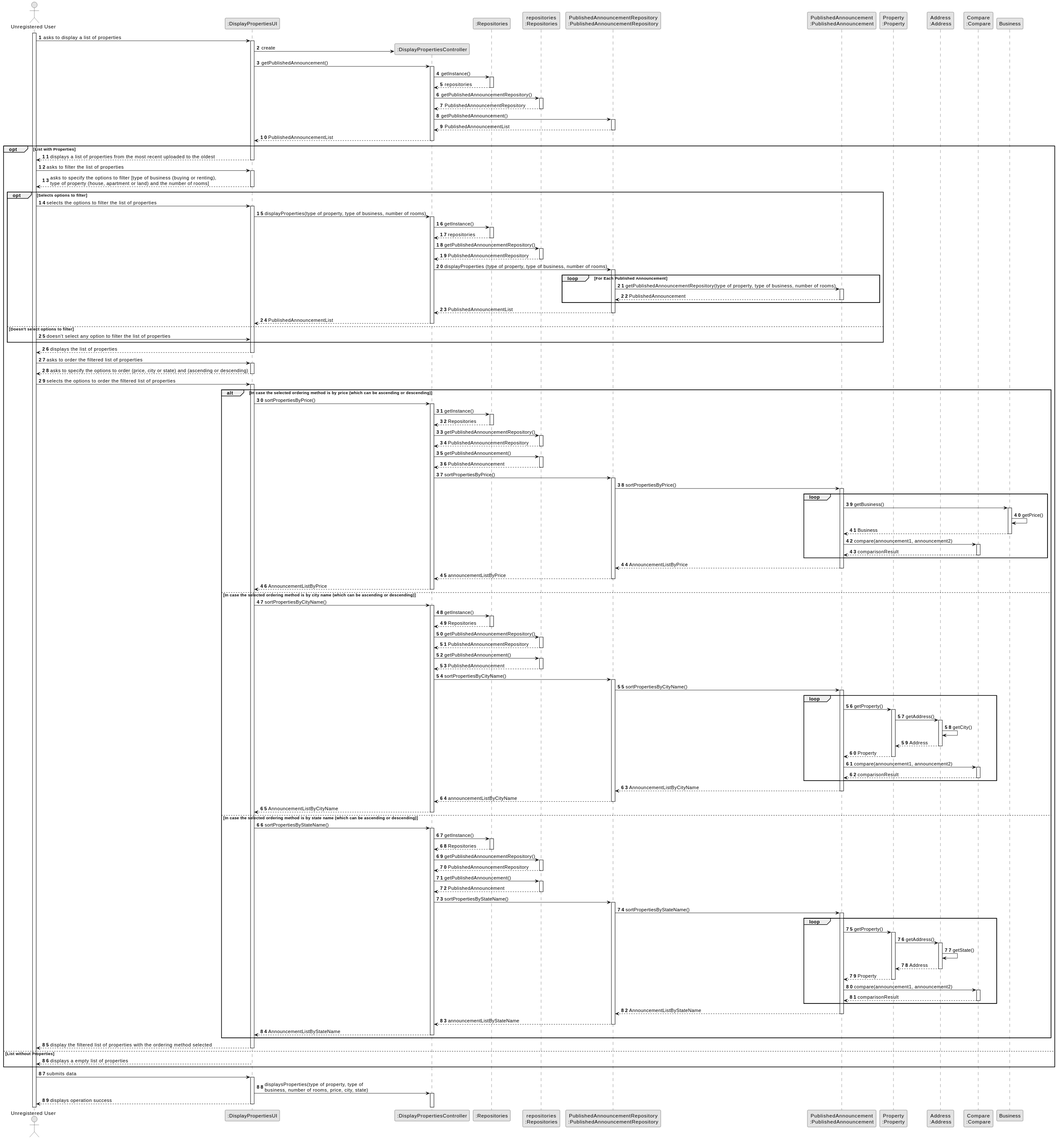
Above: docs/sprintB/US01/03.design/svg/us01-sequence-diagram-full.svg in PureNimble/ISEP-LAPR2 (PlantUML), before the change.
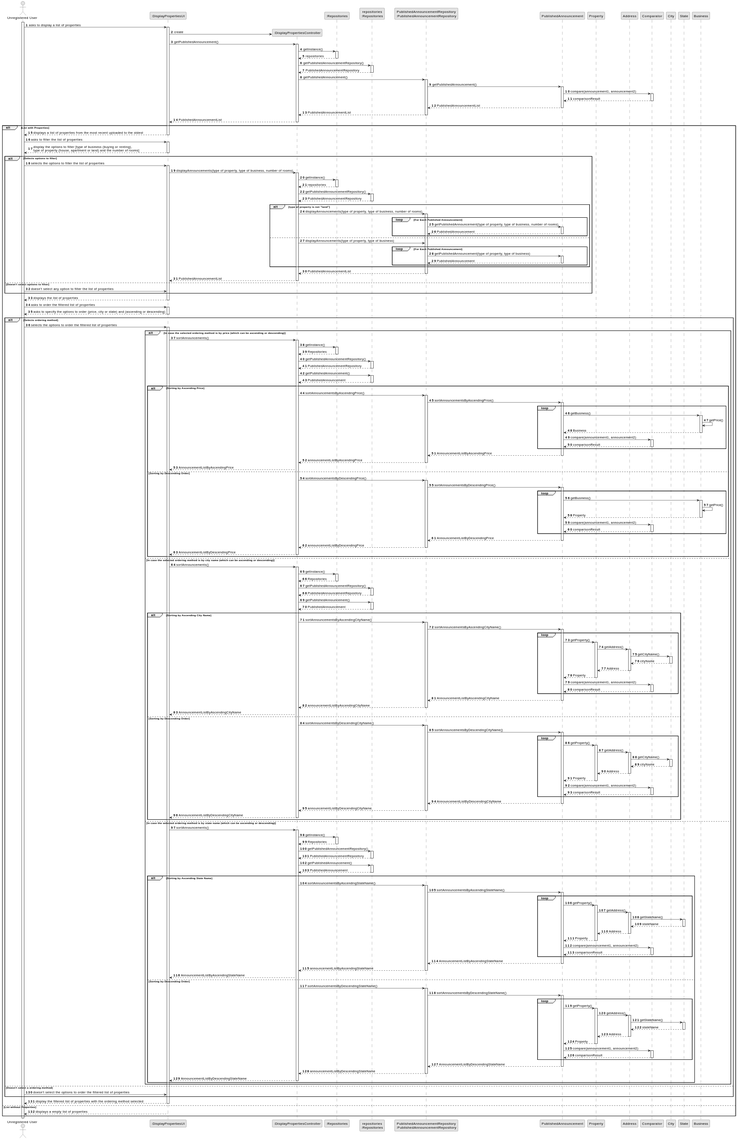
After the change.

Commit message:
Added US01 03.design Readme.md. Added SVG Preview of US01 Class Diagram. Changes to US01 Sequence Diagram Full.

Diff of the diagram source:
```diff
@@ -11,10 +11,13 @@
 participant ":Repositories" as RepositorySingleton
 participant "repositories\n:Repositories" as Repositories
 participant "PublishedAnnouncementRepository\n:PublishedAnnouncementRepository" as PublishedAnnouncementRepository
-participant "PublishedAnnouncement\n:PublishedAnnouncement" as PublishedAnnouncement
-participant "Property\n:Property" as Property
-participant "Address\n:Address" as Address
-participant "Compare\n:Compare" as Compare
+participant "PublishedAnnouncement" as PublishedAnnouncement
+participant "Property" as Property
+participant "Address" as Address
+participant "Comparator" as Comparator
+participant "City" as City
+participant "State" as State
+participant "Business" as Business
 
 activate User
 
@@ -41,13 +44,25 @@
 Controller -> PublishedAnnouncementRepository : getPublishedAnnouncement()
 activate PublishedAnnouncementRepository
 
+PublishedAnnouncementRepository -> PublishedAnnouncement : getPublishedAnnouncement()
+activate PublishedAnnouncement
+
+PublishedAnnouncement -> Comparator : compare(announcement1, announcement2)
+activate Comparator
+
+Comparator --> PublishedAnnouncement : comparisonResult
+deactivate Comparator
+
+PublishedAnnouncement --> PublishedAnnouncementRepository : PublishedAnnouncementList
+deactivate PublishedAnnouncement
+
 PublishedAnnouncementRepository --> Controller : PublishedAnnouncementList
 deactivate PublishedAnnouncementRepository
 
 Controller --> System : PublishedAnnouncementList
 deactivate Controller
 
-opt List with Properties
+alt List with Properties
 
     System --> User : displays a list of properties from the most recent uploaded to the oldest
     deactivate System
@@ -55,49 +70,67 @@
     User -> System : asks to filter the list of properties
     activate System
 
-    System --> User : asks to specify the options to filter [type of business (buying or renting), \ntype of property (house, apartment or land) and the number of rooms]
+    System --> User : display the options to filter [type of business (buying or renting), \ntype of property (house, apartment or land) and the number of rooms]
     deactivate System
 
-        opt Selects options to filter
+        alt Selects options to filter
 
             User -> System : selects the options to filter the list of properties
             activate System
 
-            System -> Controller : displayProperties(type of property, type of business, number of rooms)
-            activate Controller
 
-            Controller -> RepositorySingleton : getInstance()
-            activate RepositorySingleton
+System -> Controller : displayAnnouncements(type of property, type of business, number of rooms)
+activate Controller
 
-            RepositorySingleton --> Controller : repositories
-            deactivate RepositorySingleton
+Controller -> RepositorySingleton : getInstance()
+activate RepositorySingleton
 
-            Controller -> Repositories : getPublishedAnnouncementRepository()
-            activate Repositories
+RepositorySingleton --> Controller : repositories
+deactivate RepositorySingleton
 
-            Repositories --> Controller : PublishedAnnouncementRepository
-            deactivate Repositories
+Controller -> Repositories : getPublishedAnnouncementRepository()
+activate Repositories
 
-            Controller -> PublishedAnnouncementRepository : displayProperties (type of property, type of business, number of rooms)
-            activate PublishedAnnouncementRepository
+Repositories --> Controller : PublishedAnnouncementRepository
+deactivate Repositories
 
-                loop For Each Published Announcement
+alt type of property is not "land"
 
-                PublishedAnnouncementRepository -> PublishedAnnouncement : getPublishedAnnouncementRepository(type of property, type of business, number of rooms)
-                activate PublishedAnnouncement
+    Controller -> PublishedAnnouncementRepository : displayAnnouncements(type of property, type of business, number of rooms)
+    activate PublishedAnnouncementRepository
 
 
+    loop For Each Published Announcement
 
-                PublishedAnnouncement --> PublishedAnnouncementRepository : PublishedAnnouncement
-                deactivate PublishedAnnouncement
+        PublishedAnnouncementRepository -> PublishedAnnouncement : getPublishedAnnouncement(type of property, type of business, number of rooms)
+        activate PublishedAnnouncement
 
-                end
+        PublishedAnnouncement --> PublishedAnnouncementRepository : PublishedAnnouncement
+        deactivate PublishedAnnouncement
 
-            PublishedAnnouncementRepository --> Controller : PublishedAnnouncementList
-            deactivate PublishedAnnouncementRepository
+    end
 
-            Controller --> System : PublishedAnnouncementList
-            deactivate Controller
+else
+
+    Controller -> PublishedAnnouncementRepository : displayAnnouncements(type of property, type of business)
+
+   loop For Each Published Announcement
+
+           PublishedAnnouncementRepository -> PublishedAnnouncement : getPublishedAnnouncement(type of property, type of business)
+           activate PublishedAnnouncement
+
+           PublishedAnnouncement --> PublishedAnnouncementRepository : PublishedAnnouncement
+           deactivate PublishedAnnouncement
+
+       end
+
+end
+
+PublishedAnnouncementRepository --> Controller : PublishedAnnouncementList
+deactivate PublishedAnnouncementRepository
+
+Controller --> System : PublishedAnnouncementList
+deactivate Controller
 
         else Doesn't select options to filter
 
@@ -114,12 +147,14 @@
     System --> User : asks to specify the options to order (price, city or state) and (ascending or descending)
     deactivate System
 
+    alt Selects ordering method
+
     User -> System : selects the options to order the filtered list of properties
     activate System
 
     alt In case the selected ordering method is by price (which can be ascending or descending)
 
-        System -> Controller : sortPropertiesByPrice()
+        System -> Controller : sortAnnouncements()
         activate Controller
 
         Controller -> RepositorySingleton : getInstance()
@@ -140,19 +175,15 @@
         Repositories --> Controller : PublishedAnnouncement
         deactivate Repositories
 
+            alt Sorting by Ascending Price
 
-                Controller -> PublishedAnnouncementRepository : sortPropertiesByPrice()
+                Controller -> PublishedAnnouncementRepository : sortAnnouncementsByAscendingPrice()
                 activate PublishedAnnouncementRepository
 
-                PublishedAnnouncementRepository -> PublishedAnnouncement : sortPropertiesByPrice()
+                PublishedAnnouncementRepository -> PublishedAnnouncement : sortAnnouncementsByAscendingPrice()
                 activate PublishedAnnouncement
 
                     loop
-
-
-
-
-
 
                     PublishedAnnouncement -> Business : getBusiness()
                     activate Business
@@ -162,29 +193,63 @@
                     Business --> PublishedAnnouncement : Business
                     deactivate Business
 
-                    PublishedAnnouncement -> Compare : compare(announcement1, announcement2)
-                    activate Compare
+                    PublishedAnnouncement -> Comparator : compare(announcement1, announcement2)
+                    activate Comparator
 
-                    Compare --> PublishedAnnouncement : comparisonResult
-                    deactivate Compare
+                    Comparator --> PublishedAnnouncement : comparisonResult
+                    deactivate Comparator
 
                     end
 
-                PublishedAnnouncement --> PublishedAnnouncementRepository : AnnouncementListByPrice
+                PublishedAnnouncement --> PublishedAnnouncementRepository : AnnouncementListByAscendingPrice
                 deactivate PublishedAnnouncement
 
-                PublishedAnnouncementRepository --> Controller : announcementListByPrice
+                PublishedAnnouncementRepository --> Controller : announcementListByAscendingPrice
                 deactivate PublishedAnnouncementRepository
 
+                Controller --> System : AnnouncementListByAscendingPrice
 
 
+            else Sorting by Descending Order
 
-        Controller --> System : AnnouncementListByPrice
-        deactivate Controller
+                Controller -> PublishedAnnouncementRepository : sortAnnouncementsByDescendingPrice()
+                activate PublishedAnnouncementRepository
+
+                PublishedAnnouncementRepository -> PublishedAnnouncement : sortAnnouncementsByDescendingPrice()
+                activate PublishedAnnouncement
+
+                    loop
+
+                    PublishedAnnouncement -> Business : getBusiness()
+                    activate Business
+
+                    Business -> Business : getPrice()
+
+                    Business --> PublishedAnnouncement : Property
+                    deactivate Business
+
+                    PublishedAnnouncement -> Comparator : compare(announcement1, announcement2)
+                    activate Comparator
+
+                    Comparator --> PublishedAnnouncement : comparisonResult
+                    deactivate Comparator
+
+                    end
+
+                PublishedAnnouncement --> PublishedAnnouncementRepository : AnnouncementListByDescendingPrice
+                deactivate PublishedAnnouncement
+
+                PublishedAnnouncementRepository --> Controller : announcementListByDescendingPrice
+                deactivate PublishedAnnouncementRepository
+
+                Controller --> System : AnnouncementListByDescendingPrice
+                deactivate Controller
+
+            end
 
     else In case the selected ordering method is by city name (which can be ascending or descending)
 
-        System -> Controller : sortPropertiesByCityName()
+        System -> Controller : sortAnnouncements()
         activate Controller
 
         Controller -> RepositorySingleton : getInstance()
@@ -205,11 +270,12 @@
         Repositories --> Controller : PublishedAnnouncement
         deactivate Repositories
 
+            alt Sorting by Ascending City Name
 
-                Controller -> PublishedAnnouncementRepository : sortPropertiesByCityName()
+                Controller -> PublishedAnnouncementRepository : sortAnnouncementsByAscendingCityName()
                 activate PublishedAnnouncementRepository
 
-                PublishedAnnouncementRepository -> PublishedAnnouncement : sortPropertiesByCityName()
+                PublishedAnnouncementRepository -> PublishedAnnouncement : sortAnnouncementsByAscendingCityName()
                 activate PublishedAnnouncement
 
                     loop
@@ -220,7 +286,11 @@
                     Property -> Address : getAddress()
                     activate Address
 
-                    Address -> Address : getCity()
+                    Address -> City : getCityName()
+                    activate City
+
+                    City --> Address : cityName
+                    deactivate City
 
                     Address --> Property : Address
                     deactivate Address
@@ -228,29 +298,72 @@
                     Property --> PublishedAnnouncement : Property
                     deactivate Property
 
-                    PublishedAnnouncement -> Compare : compare(announcement1, announcement2)
-                    activate Compare
+                    PublishedAnnouncement -> Comparator : compare(announcement1, announcement2)
+                    activate Comparator
 
-                    Compare --> PublishedAnnouncement : comparisonResult
-                    deactivate Compare
+                    Comparator --> PublishedAnnouncement : comparisonResult
+                    deactivate Comparator
 
                     end
 
-                PublishedAnnouncement --> PublishedAnnouncementRepository : AnnouncementListByCityName
+                PublishedAnnouncement --> PublishedAnnouncementRepository : AnnouncementListByAscendingCityName
                 deactivate PublishedAnnouncement
 
-                PublishedAnnouncementRepository --> Controller : announcementListByCityName
+                PublishedAnnouncementRepository --> Controller : announcementListByAscendingCityName
                 deactivate PublishedAnnouncementRepository
 
+                Controller --> System : AnnouncementListByAscendingCityName
 
+            else Sorting by Descending Order
 
+                Controller -> PublishedAnnouncementRepository : sortAnnouncementsByDescendingCityName()
+                activate PublishedAnnouncementRepository
 
-        Controller --> System : AnnouncementListByCityName
-        deactivate Controller
+                PublishedAnnouncementRepository -> PublishedAnnouncement : sortAnnouncementsByDescendingCityName()
+                activate PublishedAnnouncement
+
+                    loop
+
+                    PublishedAnnouncement -> Property : getProperty()
+                    activate Property
+
+                    Property -> Address : getAddress()
+                    activate Address
+
+                    Address -> City : getCityName()
+                    activate City
+
+                    City --> Address : cityName
+                    deactivate City
+
+                    Address --> Property : Address
+                    deactivate Address
+
+                    Property --> PublishedAnnouncement : Property
+                    deactivate Property
+
+                    PublishedAnnouncement -> Comparator : compare(announcement1, announcement2)
+                    activate Comparator
+
+                    Comparator --> PublishedAnnouncement : comparisonResult
+                    deactivate Comparator
+
+                    end
+
+                PublishedAnnouncement --> PublishedAnnouncementRepository : AnnouncementListByDescendingCityName
+                deactivate PublishedAnnouncement
+
+                PublishedAnnouncementRepository --> Controller : announcementListByDescendingCityName
+                deactivate PublishedAnnouncementRepository
+
+                Controller --> System : AnnouncementListByDescendingCityName
+                deactivate Controller
+
+            end
 
     else In case the selected ordering method is by state name (which can be ascending or descending)
 
-        System -> Controller : sortPropertiesByStateName()
+        System -> Controller : sortAnnouncements()
         activate Controller
 
         Controller -> RepositorySingleton : getInstance()
@@ -271,11 +384,12 @@
         Repositories --> Controller : PublishedAnnouncement
         deactivate Repositories
 
+            alt Sorting by Ascending State Name
 
-                Controller -> PublishedAnnouncementRepository : sortPropertiesByStateName()
+                Controller -> PublishedAnnouncementRepository : sortAnnouncementsByAscendingStateName()
                 activate PublishedAnnouncementRepository
 
-                PublishedAnnouncementRepository -> PublishedAnnouncement : sortPropertiesByStateName()
+                PublishedAnnouncementRepository -> PublishedAnnouncement : sortAnnouncementsByAscendingStateName()
                 activate PublishedAnnouncement
 
                     loop
@@ -286,7 +400,11 @@
                     Property -> Address : getAddress()
                     activate Address
 
-                    Address -> Address : getState()
+                    Address -> State : getStateName()
+                    activate State
+
+                    State --> Address : stateName
+                    deactivate State
 
                     Address --> Property : Address
                     deactivate Address
@@ -294,26 +412,75 @@
                     Property --> PublishedAnnouncement : Property
                     deactivate Property
 
-                    PublishedAnnouncement -> Compare : compare(announcement1, announcement2)
-                    activate Compare
+                    PublishedAnnouncement -> Comparator : compare(announcement1, announcement2)
+                    activate Comparator
 
-                    Compare --> PublishedAnnouncement : comparisonResult
-                    deactivate Compare
+                    Comparator --> PublishedAnnouncement : comparisonResult
+                    deactivate Comparator
 
                     end
 
-                PublishedAnnouncement --> PublishedAnnouncementRepository : AnnouncementListByStateName
+                PublishedAnnouncement --> PublishedAnnouncementRepository : AnnouncementListByAscendingStateName
                 deactivate PublishedAnnouncement
 
-                PublishedAnnouncementRepository --> Controller : announcementListByStateName
+                PublishedAnnouncementRepository --> Controller : announcementListByAscendingStateName
                 deactivate PublishedAnnouncementRepository
 
+                Controller --> System : AnnouncementListByAscendingStateName
+
+            else Sorting by Descending Order
+
+                Controller -> PublishedAnnouncementRepository : sortAnnouncementsByDescendingStateName()
+                activate PublishedAnnouncementRepository
+
+                PublishedAnnouncementRepository -> PublishedAnnouncement : sortAnnouncementsByDescendingStateName()
+                activate PublishedAnnouncement
+
+                    loop
+
+                    PublishedAnnouncement -> Property : getProperty()
+                    activate Property
+
+                    Property -> Address : getAddress()
+                    activate Address
+
+                    Address -> State : getStateName()
+                    activate State
+
+                    State --> Address : stateName
+                    deactivate State
+
+                    Address --> Property : Address
+                    deactivate Address
+
+                    Property --> PublishedAnnouncement : Property
+                    deactivate Property
+
+                    PublishedAnnouncement -> Comparator : compare(announcement1, announcement2)
+                    activate Comparator
+
+                    Comparator --> PublishedAnnouncement : comparisonResult
+                    deactivate Comparator
+
+                    end
+
+                PublishedAnnouncement --> PublishedAnnouncementRepository : AnnouncementListByDescendingStateName
+                deactivate PublishedAnnouncement
+
+                PublishedAnnouncementRepository --> Controller : announcementListByDescendingStateName
+                deactivate PublishedAnnouncementRepository
+
+                Controller --> System : AnnouncementListByDescendingStateName
+                deactivate Controller
 
 
+            end
 
-        Controller --> System : AnnouncementListByStateName
-        deactivate Controller
+    end
 
+    else Doesn't select a ordering method
+
+    User -> System : doesn't select the options to order the filtered list of properties
 
     end
 
@@ -326,13 +493,4 @@
     deactivate System
 
 end
-
-User -> System : submits data
-activate System
-
-System -> Controller : displaysProperties(type of property, type of \nbusiness, number of rooms, price, city, state)
-activate Controller
-
-System --> User : displays operation success
-deactivate System
 @enduml
```
